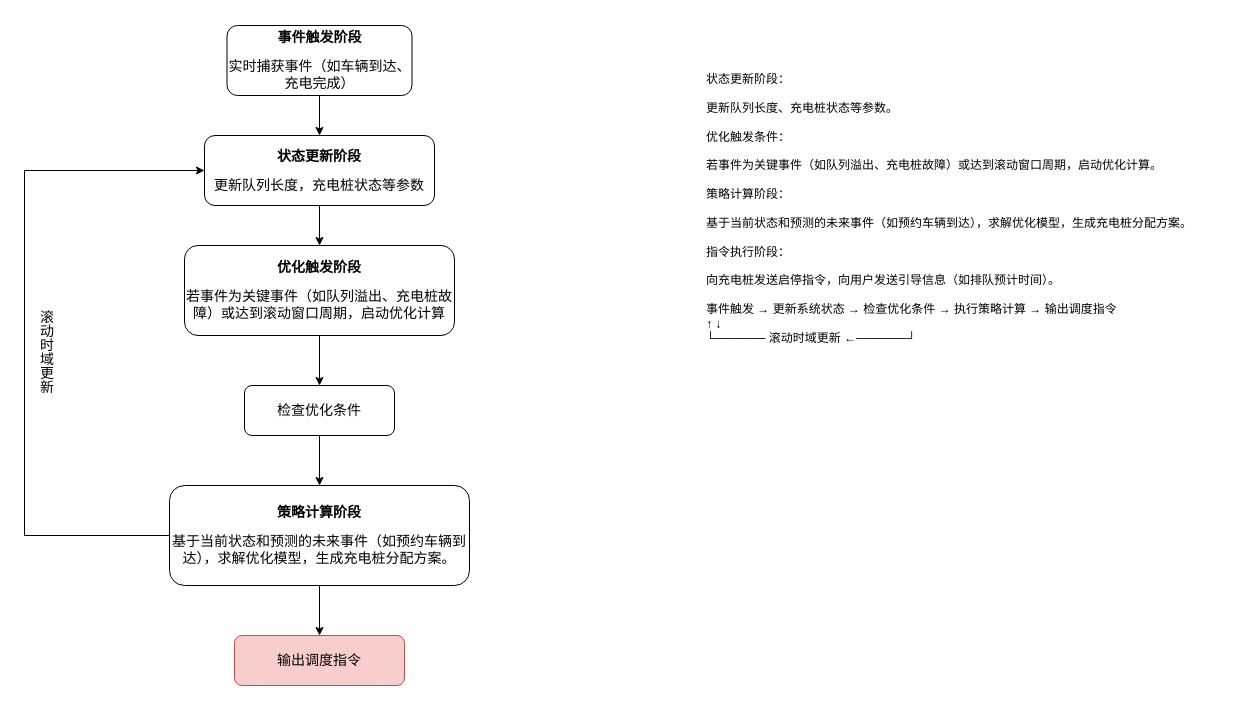
Pengyu-Jin/draw.io-projects-file keeps this draw.io diagram as SGCCwork.drawio. Above is the earlier version. Source tidied: cells renumbered, new cells numbered last; positions are measured from the earlier drawing's top-left corner, leaving out a move shared by most shapes. Both pictures are drawn from the tidied source at 100%, with x=0, y=0 at pixel (24, 25).
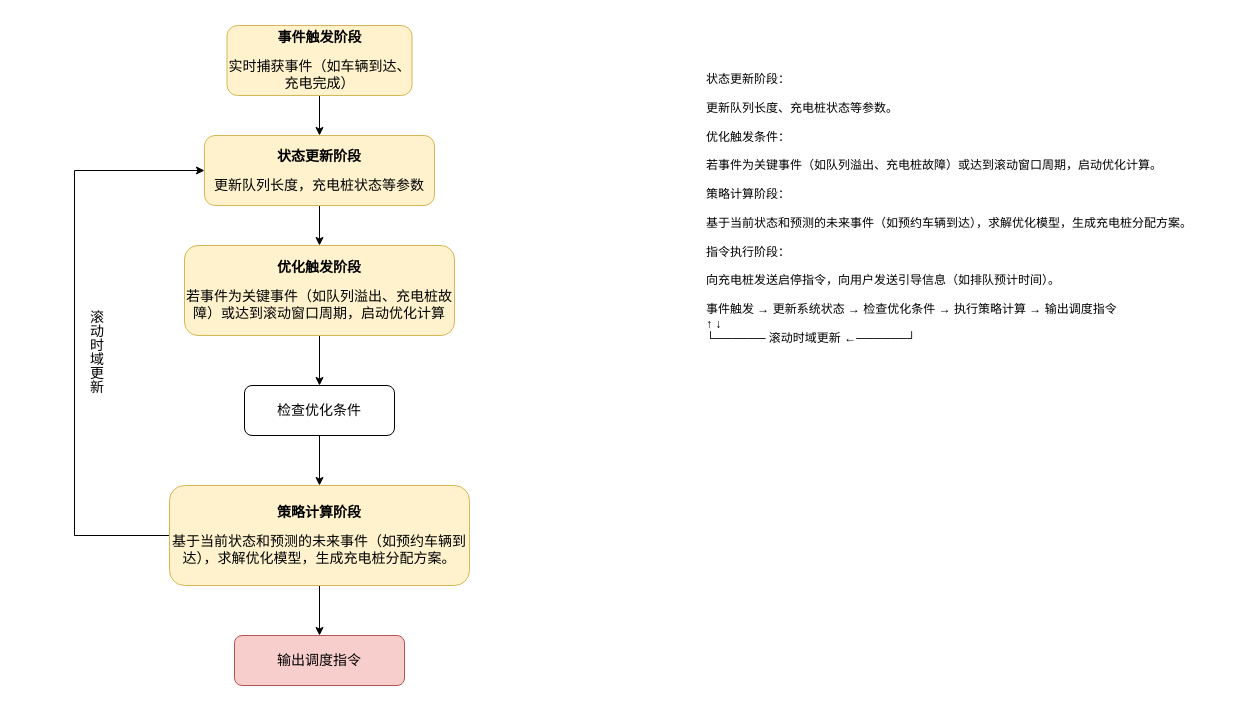
The same page after the edit.

Diff of the diagram source:
```diff
@@
 <mxGraphModel>
   <root>
     <mxCell id="0" />
     <mxCell id="1" parent="0" />
     <mxCell id="2" style="edgeStyle=orthogonalEdgeStyle;rounded=0;jettySize=auto;html=1;" parent="1" edge="1" source="3" target="5">
       <mxGeometry relative="1" as="geometry" />
     </mxCell>
-    <mxCell id="3" value="&lt;p&gt;&lt;font face=&quot;Helvetica&quot; style=&quot;font-size: 14px;&quot;&gt;&lt;b&gt;事件触发阶段&lt;/b&gt;&lt;/font&gt;&lt;/p&gt;&lt;p&gt;&lt;font style=&quot;font-size: 14px;&quot; face=&quot;Helvetica&quot;&gt;实时捕获事件（如车辆到达、充电完成）&lt;/font&gt;&lt;/p&gt;" style="rounded=1;whiteSpace=wrap;html=1;" parent="1" vertex="1">
+    <mxCell id="3" value="&lt;p&gt;&lt;font face=&quot;Helvetica&quot; style=&quot;font-size: 14px;&quot;&gt;&lt;b&gt;事件触发阶段&lt;/b&gt;&lt;/font&gt;&lt;/p&gt;&lt;p&gt;&lt;font style=&quot;font-size: 14px;&quot; face=&quot;Helvetica&quot;&gt;实时捕获事件（如车辆到达、充电完成）&lt;/font&gt;&lt;/p&gt;" style="rounded=1;whiteSpace=wrap;html=1;fillColor=#fff2cc;strokeColor=#d6b656;" parent="1" vertex="1">
       <mxGeometry x="202.5" width="185" height="70" as="geometry" />
     </mxCell>
     <mxCell id="4" style="edgeStyle=orthogonalEdgeStyle;rounded=0;jettySize=auto;html=1;" parent="1" edge="1" source="5" target="7">
       <mxGeometry relative="1" as="geometry" />
     </mxCell>
-    <mxCell id="5" value="&lt;p&gt;&lt;font face=&quot;Helvetica&quot; style=&quot;font-size: 14px;&quot;&gt;&lt;b&gt;状态更新阶段&lt;/b&gt;&lt;/font&gt;&lt;/p&gt;&lt;p&gt;&lt;span style=&quot;font-size: 14px;&quot;&gt;更新队列长度，充电桩状态等参数&lt;/span&gt;&lt;/p&gt;" style="rounded=1;whiteSpace=wrap;html=1;" parent="1" vertex="1">
+    <mxCell id="5" value="&lt;p&gt;&lt;font face=&quot;Helvetica&quot; style=&quot;font-size: 14px;&quot;&gt;&lt;b&gt;状态更新阶段&lt;/b&gt;&lt;/font&gt;&lt;/p&gt;&lt;p&gt;&lt;span style=&quot;font-size: 14px;&quot;&gt;更新队列长度，充电桩状态等参数&lt;/span&gt;&lt;/p&gt;" style="rounded=1;whiteSpace=wrap;html=1;fillColor=#fff2cc;strokeColor=#d6b656;" parent="1" vertex="1">
       <mxGeometry x="180" y="110" width="230" height="70" as="geometry" />
     </mxCell>
     <mxCell id="6" style="edgeStyle=orthogonalEdgeStyle;rounded=0;jettySize=auto;html=1;" parent="1" edge="1" source="7" target="9">
       <mxGeometry relative="1" as="geometry" />
     </mxCell>
-    <mxCell id="7" value="&lt;p&gt;&lt;font face=&quot;Helvetica&quot; style=&quot;font-size: 14px;&quot;&gt;&lt;b&gt;优化触发阶段&lt;/b&gt;&lt;/font&gt;&lt;/p&gt;&lt;p&gt;&lt;span style=&quot;text-align: left;&quot;&gt;&lt;font style=&quot;font-size: 14px;&quot;&gt;若事件为关键事件（如队列溢出、充电桩故障）或达到滚动窗口周期，启动优化计算&lt;/font&gt;&lt;/span&gt;&lt;/p&gt;" style="rounded=1;whiteSpace=wrap;html=1;" parent="1" vertex="1">
+    <mxCell id="7" value="&lt;p&gt;&lt;font face=&quot;Helvetica&quot; style=&quot;font-size: 14px;&quot;&gt;&lt;b&gt;优化触发阶段&lt;/b&gt;&lt;/font&gt;&lt;/p&gt;&lt;p&gt;&lt;span style=&quot;text-align: left;&quot;&gt;&lt;font style=&quot;font-size: 14px;&quot;&gt;若事件为关键事件（如队列溢出、充电桩故障）或达到滚动窗口周期，启动优化计算&lt;/font&gt;&lt;/span&gt;&lt;/p&gt;" style="rounded=1;whiteSpace=wrap;html=1;fillColor=#fff2cc;strokeColor=#d6b656;" parent="1" vertex="1">
       <mxGeometry x="160" y="220" width="270" height="90" as="geometry" />
     </mxCell>
     <mxCell id="8" style="edgeStyle=orthogonalEdgeStyle;rounded=0;jettySize=auto;html=1;" parent="1" edge="1" source="9" target="14">
       <mxGeometry relative="1" as="geometry" />
     </mxCell>
     <mxCell id="9" value="&lt;p&gt;&lt;span style=&quot;font-size: 14px;&quot;&gt;检查优化条件&lt;/span&gt;&lt;/p&gt;" style="rounded=1;whiteSpace=wrap;html=1;" parent="1" vertex="1">
       <mxGeometry x="220" y="360" width="150" height="50" as="geometry" />
     </mxCell>
     <mxCell id="10" value="状态更新阶段：&#10;&#10;更新队列长度、充电桩状态等参数。&#10;&#10;优化触发条件：&#10;&#10;若事件为关键事件（如队列溢出、充电桩故障）或达到滚动窗口周期，启动优化计算。&#10;&#10;策略计算阶段：&#10;&#10;基于当前状态和预测的未来事件（如预约车辆到达），求解优化模型，生成充电桩分配方案。&#10;&#10;指令执行阶段：&#10;&#10;向充电桩发送启停指令，向用户发送引导信息（如排队预计时间）。&#10;&#10;事件触发 → 更新系统状态 → 检查优化条件 → 执行策略计算 → 输出调度指令  &#10;      ↑                                  ↓  &#10;      └────── 滚动时域更新 ←──────┘" style="text;whiteSpace=wrap;html=1;" parent="1" vertex="1">
       <mxGeometry x="680" y="40" width="520" height="300" as="geometry" />
     </mxCell>
     <mxCell id="11" style="edgeStyle=orthogonalEdgeStyle;rounded=0;jettySize=auto;html=1;" parent="1" edge="1" source="14" target="15">
       <mxGeometry relative="1" as="geometry" />
     </mxCell>
     <mxCell id="12" style="edgeStyle=orthogonalEdgeStyle;rounded=0;jettySize=auto;html=1;entryX=0;entryY=0.5;entryDx=0;entryDy=0;exitX=0;exitY=0.5;exitDx=0;exitDy=0;" parent="1" edge="1" source="14" target="5">
       <mxGeometry relative="1" as="geometry">
         <Array as="points">
-          <mxPoint y="510" />
-          <mxPoint y="145" />
+          <mxPoint x="50" y="510" />
+          <mxPoint x="50" y="145" />
         </Array>
       </mxGeometry>
     </mxCell>
     <mxCell id="13" value="滚动时域更新" style="edgeLabel;html=1;align=center;verticalAlign=middle;fontSize=14;rotation=90;horizontal=0;textDirection=vertical-lr;" parent="12" vertex="1">
       <mxGeometry x="0.01" y="1" relative="1" as="geometry">
         <mxPoint x="21" y="18" as="offset" />
       </mxGeometry>
     </mxCell>
-    <mxCell id="14" value="&lt;p&gt;&lt;span style=&quot;text-align: left;&quot;&gt;&lt;font style=&quot;font-size: 14px;&quot;&gt;&lt;b&gt;策略计算阶段&lt;/b&gt;&lt;/font&gt;&lt;/span&gt;&lt;/p&gt;&lt;p&gt;&lt;span style=&quot;text-align: left;&quot;&gt;&lt;font style=&quot;font-size: 14px;&quot;&gt;基于当前状态和预测的未来事件（如预约车辆到达），求解优化模型，生成充电桩分配方案。&lt;/font&gt;&lt;/span&gt;&lt;/p&gt;" style="rounded=1;whiteSpace=wrap;html=1;" parent="1" vertex="1">
+    <mxCell id="14" value="&lt;p&gt;&lt;span style=&quot;text-align: left;&quot;&gt;&lt;font style=&quot;font-size: 14px;&quot;&gt;&lt;b&gt;策略计算阶段&lt;/b&gt;&lt;/font&gt;&lt;/span&gt;&lt;/p&gt;&lt;p&gt;&lt;span style=&quot;text-align: left;&quot;&gt;&lt;font style=&quot;font-size: 14px;&quot;&gt;基于当前状态和预测的未来事件（如预约车辆到达），求解优化模型，生成充电桩分配方案。&lt;/font&gt;&lt;/span&gt;&lt;/p&gt;" style="rounded=1;whiteSpace=wrap;html=1;fillColor=#fff2cc;strokeColor=#d6b656;" parent="1" vertex="1">
       <mxGeometry x="145" y="460" width="300" height="100" as="geometry" />
     </mxCell>
     <mxCell id="15" value="&lt;p style=&quot;text-align: left;&quot;&gt;&lt;span style=&quot;font-size: 14px;&quot;&gt;输出调度指令&lt;/span&gt;&lt;/p&gt;" style="rounded=1;whiteSpace=wrap;html=1;fillColor=#f8cecc;strokeColor=#b85450;" parent="1" vertex="1">
       <mxGeometry x="210" y="610" width="170" height="50" as="geometry" />
     </mxCell>
   </root>
 </mxGraphModel>
```
